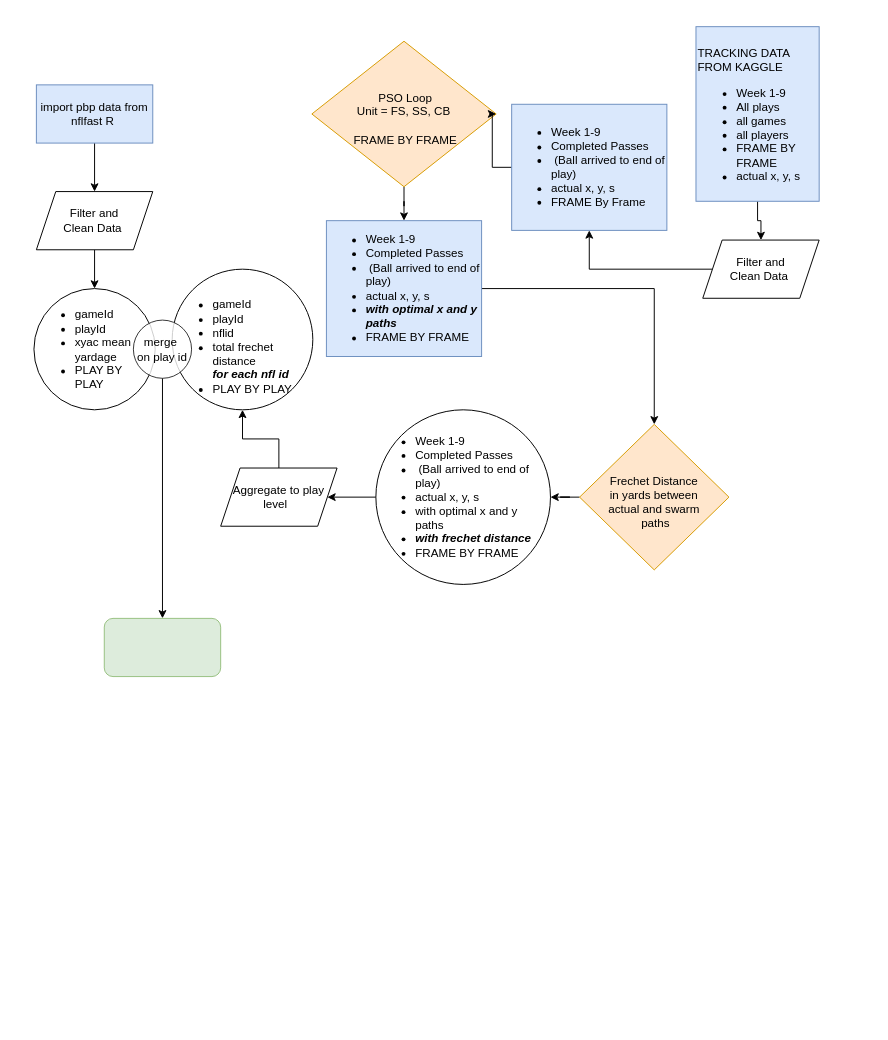
This is Untitled Diagram.drawio from stranger9977/data, a draw.io file, before an edit. Source tidied: cells renumbered, new cells numbered last; positions are measured from the earlier drawing's top-left corner, leaving out a move shared by most shapes. Both pictures are drawn from the tidied source at 97%, with x=0, y=0 at pixel (34, 26).
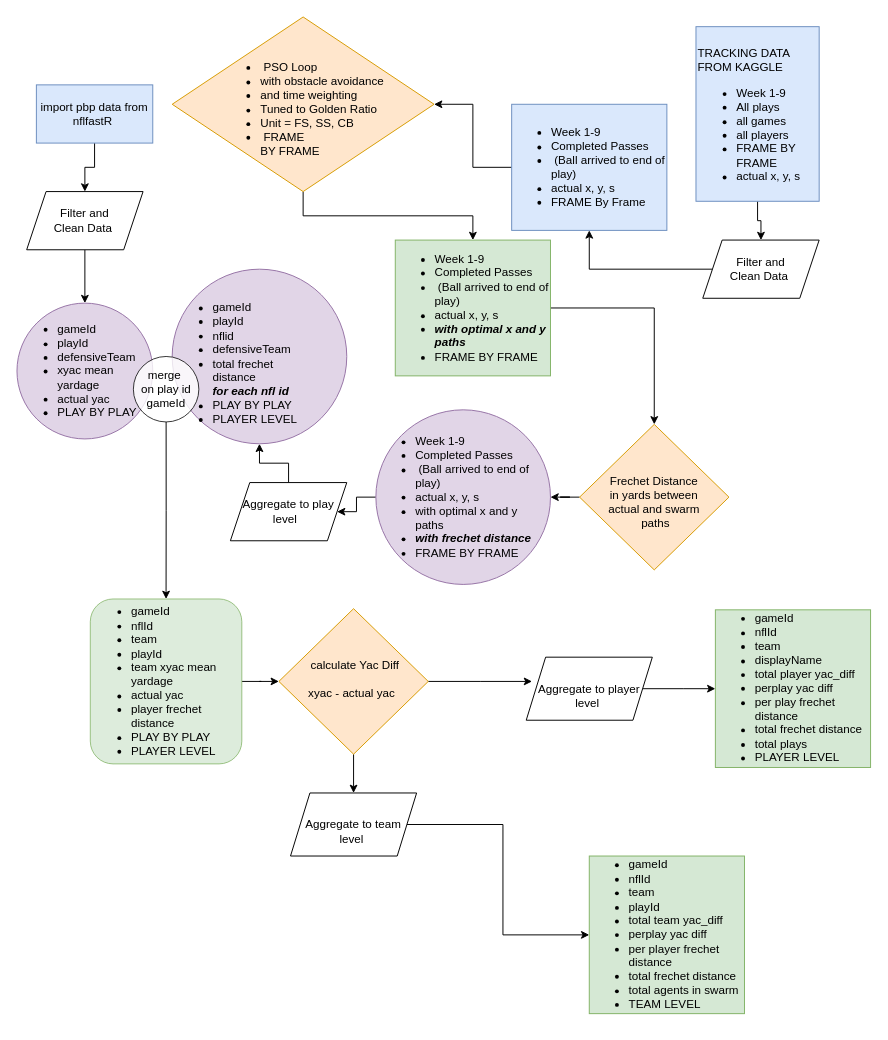
Above is the later version.

Diff of the diagram source:
```diff
@@
-    <mxCell id="3" value="&lt;br&gt;&amp;nbsp;PSO Loop&lt;br&gt;Unit = FS, SS, CB&lt;br&gt;&lt;br&gt;&amp;nbsp;FRAME BY FRAME" style="rhombus;whiteSpace=wrap;html=1;shadow=0;fontFamily=Helvetica;fontSize=12;align=center;strokeWidth=1;spacing=6;spacingTop=-4;fillColor=#ffe6cc;strokeColor=#d79b00;" parent="1" vertex="1">
-      <mxGeometry x="286" y="15" width="190" height="150" as="geometry" />
+    <mxCell id="3" value="&lt;div&gt;&lt;br&gt;&lt;/div&gt;&lt;ul&gt;&lt;li style=&quot;text-align: left;&quot;&gt;&amp;nbsp;PSO Loop&lt;/li&gt;&lt;li style=&quot;text-align: left;&quot;&gt;with obstacle avoidance&lt;/li&gt;&lt;li style=&quot;text-align: left;&quot;&gt;and time weighting&amp;nbsp;&lt;/li&gt;&lt;li style=&quot;text-align: left;&quot;&gt;Tuned to Golden Ratio&lt;/li&gt;&lt;li style=&quot;text-align: left;&quot;&gt;Unit = FS, SS, CB&lt;/li&gt;&lt;li style=&quot;text-align: left;&quot;&gt;&amp;nbsp;FRAME &lt;br&gt;BY FRAME&lt;/li&gt;&lt;/ul&gt;" style="rhombus;whiteSpace=wrap;html=1;shadow=0;fontFamily=Helvetica;fontSize=12;align=center;strokeWidth=1;spacing=6;spacingTop=-4;fillColor=#ffe6cc;strokeColor=#d79b00;" parent="1" vertex="1">
+      <mxGeometry x="142" y="-10" width="270" height="180" as="geometry" />
     </mxCell>
@@
-    <mxCell id="13" value="&lt;ul style=&quot;border-color: var(--border-color);&quot;&gt;&lt;li style=&quot;border-color: var(--border-color); text-align: left;&quot;&gt;Week 1-9&lt;/li&gt;&lt;li style=&quot;border-color: var(--border-color); text-align: left;&quot;&gt;Completed Passes&lt;/li&gt;&lt;li style=&quot;border-color: var(--border-color); text-align: left;&quot;&gt;&amp;nbsp;(Ball arrived to end of play)&lt;/li&gt;&lt;li style=&quot;border-color: var(--border-color); text-align: left;&quot;&gt;actual x, y, s&lt;/li&gt;&lt;li style=&quot;border-color: var(--border-color); text-align: left;&quot;&gt;&lt;b style=&quot;border-color: var(--border-color); background-color: initial;&quot;&gt;&lt;i style=&quot;border-color: var(--border-color);&quot;&gt;with optimal x and y paths&lt;/i&gt;&lt;/b&gt;&lt;/li&gt;&lt;li style=&quot;border-color: var(--border-color); text-align: left;&quot;&gt;FRAME BY FRAME&lt;/li&gt;&lt;/ul&gt;" style="rounded=0;whiteSpace=wrap;html=1;fillColor=#dae8fc;strokeColor=#6c8ebf;" parent="1" vertex="1">
-      <mxGeometry x="301" y="200" width="160" height="140" as="geometry" />
+    <mxCell id="13" value="&lt;ul style=&quot;border-color: var(--border-color);&quot;&gt;&lt;li style=&quot;border-color: var(--border-color); text-align: left;&quot;&gt;Week 1-9&lt;/li&gt;&lt;li style=&quot;border-color: var(--border-color); text-align: left;&quot;&gt;Completed Passes&lt;/li&gt;&lt;li style=&quot;border-color: var(--border-color); text-align: left;&quot;&gt;&amp;nbsp;(Ball arrived to end of play)&lt;/li&gt;&lt;li style=&quot;border-color: var(--border-color); text-align: left;&quot;&gt;actual x, y, s&lt;/li&gt;&lt;li style=&quot;border-color: var(--border-color); text-align: left;&quot;&gt;&lt;b style=&quot;border-color: var(--border-color); background-color: initial;&quot;&gt;&lt;i style=&quot;border-color: var(--border-color);&quot;&gt;with optimal x and y paths&lt;/i&gt;&lt;/b&gt;&lt;/li&gt;&lt;li style=&quot;border-color: var(--border-color); text-align: left;&quot;&gt;FRAME BY FRAME&lt;/li&gt;&lt;/ul&gt;" style="rounded=0;whiteSpace=wrap;html=1;fillColor=#d5e8d4;strokeColor=#82b366;" parent="1" vertex="1">
+      <mxGeometry x="372" y="220" width="160" height="140" as="geometry" />
     </mxCell>
@@
-    <mxCell id="15" value="&lt;ul&gt;&lt;li style=&quot;text-align: left;&quot;&gt;Week 1-9&lt;/li&gt;&lt;li style=&quot;text-align: left;&quot;&gt;Completed Passes&lt;/li&gt;&lt;li style=&quot;text-align: left;&quot;&gt;&amp;nbsp;(Ball arrived to end of play)&lt;/li&gt;&lt;li style=&quot;border-color: var(--border-color); text-align: left;&quot;&gt;actual x, y, s&lt;/li&gt;&lt;li style=&quot;text-align: left;&quot;&gt;&lt;span style=&quot;background-color: initial; border-color: var(--border-color);&quot;&gt;&lt;span style=&quot;border-color: var(--border-color);&quot;&gt;with optimal x and y paths&lt;/span&gt;&lt;/span&gt;&lt;br&gt;&lt;/li&gt;&lt;li style=&quot;text-align: left;&quot;&gt;&lt;b style=&quot;border-color: var(--border-color);&quot;&gt;&lt;i style=&quot;border-color: var(--border-color);&quot;&gt;with frechet distance&amp;nbsp;&lt;/i&gt;&lt;/b&gt;&lt;/li&gt;&lt;li style=&quot;text-align: left;&quot;&gt;&lt;span style=&quot;background-color: initial;&quot;&gt;FRAME BY FRAME&lt;/span&gt;&lt;br&gt;&lt;/li&gt;&lt;/ul&gt;" style="ellipse;whiteSpace=wrap;html=1;" parent="1" vertex="1">
+    <mxCell id="15" value="&lt;ul&gt;&lt;li style=&quot;text-align: left;&quot;&gt;Week 1-9&lt;/li&gt;&lt;li style=&quot;text-align: left;&quot;&gt;Completed Passes&lt;/li&gt;&lt;li style=&quot;text-align: left;&quot;&gt;&amp;nbsp;(Ball arrived to end of play)&lt;/li&gt;&lt;li style=&quot;border-color: var(--border-color); text-align: left;&quot;&gt;actual x, y, s&lt;/li&gt;&lt;li style=&quot;text-align: left;&quot;&gt;&lt;span style=&quot;background-color: initial; border-color: var(--border-color);&quot;&gt;&lt;span style=&quot;border-color: var(--border-color);&quot;&gt;with optimal x and y paths&lt;/span&gt;&lt;/span&gt;&lt;br&gt;&lt;/li&gt;&lt;li style=&quot;text-align: left;&quot;&gt;&lt;b style=&quot;border-color: var(--border-color);&quot;&gt;&lt;i style=&quot;border-color: var(--border-color);&quot;&gt;with frechet distance&amp;nbsp;&lt;/i&gt;&lt;/b&gt;&lt;/li&gt;&lt;li style=&quot;text-align: left;&quot;&gt;&lt;span style=&quot;background-color: initial;&quot;&gt;FRAME BY FRAME&lt;/span&gt;&lt;br&gt;&lt;/li&gt;&lt;/ul&gt;" style="ellipse;whiteSpace=wrap;html=1;fillColor=#e1d5e7;strokeColor=#9673a6;" parent="1" vertex="1">
       <mxGeometry x="352" y="395" width="180" height="180" as="geometry" />
     </mxCell>
@@
     <mxCell id="17" value="Filter and &lt;br&gt;Clean Data&amp;nbsp;" style="shape=parallelogram;perimeter=parallelogramPerimeter;whiteSpace=wrap;html=1;fixedSize=1;rounded=0;" parent="1" vertex="1">
-      <mxGeometry x="2" y="170" width="120" height="60" as="geometry" />
+      <mxGeometry x="-8" y="170" width="120" height="60" as="geometry" />
     </mxCell>
-    <mxCell id="18" value="&lt;ul&gt;&lt;li&gt;gameId&lt;/li&gt;&lt;li&gt;playId&lt;/li&gt;&lt;li&gt;xyac mean yardage&lt;/li&gt;&lt;li&gt;PLAY BY PLAY&amp;nbsp;&lt;/li&gt;&lt;/ul&gt;" style="ellipse;whiteSpace=wrap;html=1;align=left;" parent="1" vertex="1">
-      <mxGeometry x="-0.5" y="270" width="125" height="125" as="geometry" />
+    <mxCell id="18" value="&lt;ul&gt;&lt;li&gt;gameId&lt;/li&gt;&lt;li&gt;playId&lt;/li&gt;&lt;li&gt;defensiveTeam&amp;nbsp;&lt;/li&gt;&lt;li&gt;xyac mean yardage&lt;/li&gt;&lt;li&gt;actual yac&amp;nbsp;&lt;/li&gt;&lt;li&gt;PLAY BY PLAY&amp;nbsp;&lt;/li&gt;&lt;/ul&gt;" style="ellipse;whiteSpace=wrap;html=1;align=left;fillColor=#e1d5e7;strokeColor=#9673a6;" parent="1" vertex="1">
+      <mxGeometry x="-18" y="285" width="140" height="140" as="geometry" />
     </mxCell>
@@
-    <mxCell id="20" value="import pbp data from nflfast R&amp;nbsp;" style="rounded=0;whiteSpace=wrap;html=1;fillColor=#dae8fc;strokeColor=#6c8ebf;" parent="1" vertex="1">
+    <mxCell id="20" value="import pbp data from nflfastR&amp;nbsp;" style="rounded=0;whiteSpace=wrap;html=1;fillColor=#dae8fc;strokeColor=#6c8ebf;" parent="1" vertex="1">
       <mxGeometry x="2" y="60" width="120" height="60" as="geometry" />
     </mxCell>
@@
     <mxCell id="22" value="Aggregate to play level&amp;nbsp;&amp;nbsp;" style="shape=parallelogram;perimeter=parallelogramPerimeter;whiteSpace=wrap;html=1;fixedSize=1;rounded=0;" parent="1" vertex="1">
-      <mxGeometry x="192" y="455" width="120" height="60" as="geometry" />
+      <mxGeometry x="202" y="470" width="120" height="60" as="geometry" />
     </mxCell>
-    <mxCell id="23" value="&lt;div&gt;&lt;br&gt;&lt;/div&gt;&lt;ul&gt;&lt;li&gt;gameId&lt;/li&gt;&lt;li&gt;playId&lt;/li&gt;&lt;li&gt;nflid&lt;br&gt;&lt;/li&gt;&lt;li&gt;total frechet&amp;nbsp;&lt;br&gt;distance&amp;nbsp;&lt;br&gt;&lt;b style=&quot;background-color: initial;&quot;&gt;&lt;i&gt;for each nfl id&amp;nbsp;&lt;br&gt;&lt;/i&gt;&lt;/b&gt;&lt;/li&gt;&lt;li&gt;PLAY BY PLAY&amp;nbsp;&lt;/li&gt;&lt;/ul&gt;" style="ellipse;whiteSpace=wrap;html=1;align=left;" parent="1" vertex="1">
-      <mxGeometry x="142" y="250" width="145" height="145" as="geometry" />
+    <mxCell id="23" value="&lt;div&gt;&lt;br&gt;&lt;/div&gt;&lt;ul&gt;&lt;li&gt;gameId&lt;/li&gt;&lt;li&gt;playId&lt;/li&gt;&lt;li&gt;nflid&amp;nbsp;&lt;br&gt;&lt;/li&gt;&lt;li&gt;defensiveTeam&lt;/li&gt;&lt;li&gt;total frechet&amp;nbsp;&lt;br&gt;distance&amp;nbsp;&lt;br&gt;&lt;b style=&quot;background-color: initial;&quot;&gt;&lt;i&gt;for each nfl id&amp;nbsp;&lt;br&gt;&lt;/i&gt;&lt;/b&gt;&lt;/li&gt;&lt;li&gt;PLAY BY PLAY&amp;nbsp;&lt;/li&gt;&lt;li&gt;PLAYER LEVEL&amp;nbsp;&lt;/li&gt;&lt;/ul&gt;" style="ellipse;whiteSpace=wrap;html=1;align=left;fillColor=#e1d5e7;strokeColor=#9673a6;" parent="1" vertex="1">
+      <mxGeometry x="142" y="250" width="180" height="180" as="geometry" />
     </mxCell>
@@
-    <mxCell id="25" value="merge&amp;nbsp;&lt;br&gt;on play id" style="ellipse;whiteSpace=wrap;html=1;opacity=80;" parent="1" vertex="1">
-      <mxGeometry x="102" y="302.5" width="60" height="60" as="geometry" />
+    <mxCell id="25" value="merge&amp;nbsp;&lt;br&gt;on play id&lt;br&gt;gameId" style="ellipse;whiteSpace=wrap;html=1;opacity=80;" parent="1" vertex="1">
+      <mxGeometry x="102" y="340" width="67.5" height="67.5" as="geometry" />
     </mxCell>
+    <mxCell id="27" style="edgeStyle=orthogonalEdgeStyle;rounded=0;jettySize=auto;html=1;" parent="1" edge="1" source="26" target="33">
+      <mxGeometry relative="1" as="geometry" />
+    </mxCell>
-    <mxCell id="26" style="rounded=1;whiteSpace=wrap;html=1;opacity=80;fillColor=#d5e8d4;strokeColor=#82b366;" parent="1" vertex="1">
-      <mxGeometry x="72" y="610" width="120" height="60" as="geometry" />
+    <mxCell id="26" value="&lt;ul&gt;&lt;li&gt;gameId&lt;/li&gt;&lt;li&gt;nflId&lt;/li&gt;&lt;li&gt;team&lt;/li&gt;&lt;li&gt;playId&lt;/li&gt;&lt;li&gt;team xyac mean yardage&amp;nbsp;&lt;/li&gt;&lt;li style=&quot;border-color: var(--border-color);&quot;&gt;actual yac&amp;nbsp;&lt;/li&gt;&lt;li&gt;player frechet distance&amp;nbsp;&lt;/li&gt;&lt;li&gt;PLAY BY PLAY&amp;nbsp;&lt;/li&gt;&lt;li&gt;PLAYER LEVEL&amp;nbsp;&lt;/li&gt;&lt;/ul&gt;" style="rounded=1;whiteSpace=wrap;html=1;opacity=80;fillColor=#d5e8d4;strokeColor=#82b366;align=left;" parent="1" vertex="1">
+      <mxGeometry x="57.6" y="590" width="156.2" height="170" as="geometry" />
     </mxCell>
+    <mxCell id="28" style="edgeStyle=orthogonalEdgeStyle;rounded=0;jettySize=auto;html=1;" parent="1" edge="1" source="29" target="30">
+      <mxGeometry relative="1" as="geometry" />
+    </mxCell>
+    <mxCell id="29" value="&lt;br&gt;Aggregate to team level&amp;nbsp;" style="shape=parallelogram;perimeter=parallelogramPerimeter;whiteSpace=wrap;html=1;fixedSize=1;rounded=0;" parent="1" vertex="1">
+      <mxGeometry x="264" y="790" width="130" height="65" as="geometry" />
+    </mxCell>
+    <mxCell id="30" value="&lt;ul style=&quot;border-color: var(--border-color); text-align: left;&quot;&gt;&lt;li style=&quot;border-color: var(--border-color);&quot;&gt;gameId&lt;/li&gt;&lt;li style=&quot;border-color: var(--border-color);&quot;&gt;nflId&lt;/li&gt;&lt;li style=&quot;border-color: var(--border-color);&quot;&gt;team&lt;/li&gt;&lt;li style=&quot;border-color: var(--border-color);&quot;&gt;playId&lt;/li&gt;&lt;li style=&quot;border-color: var(--border-color);&quot;&gt;total team yac_diff&lt;/li&gt;&lt;li style=&quot;border-color: var(--border-color);&quot;&gt;perplay yac diff&amp;nbsp;&lt;/li&gt;&lt;li style=&quot;border-color: var(--border-color);&quot;&gt;per player frechet distance&amp;nbsp;&lt;/li&gt;&lt;li style=&quot;border-color: var(--border-color);&quot;&gt;total frechet distance&lt;/li&gt;&lt;li style=&quot;border-color: var(--border-color);&quot;&gt;total agents in swarm&amp;nbsp;&lt;/li&gt;&lt;li style=&quot;border-color: var(--border-color);&quot;&gt;&lt;span style=&quot;background-color: initial;&quot;&gt;TEAM LEVEL&amp;nbsp;&lt;/span&gt;&lt;br&gt;&lt;/li&gt;&lt;/ul&gt;" style="whiteSpace=wrap;html=1;rounded=0;fillColor=#d5e8d4;strokeColor=#82b366;" parent="1" vertex="1">
+      <mxGeometry x="572" y="855" width="160" height="162.5" as="geometry" />
+    </mxCell>
+    <mxCell id="31" style="edgeStyle=orthogonalEdgeStyle;rounded=0;jettySize=auto;html=1;" parent="1" edge="1" source="33" target="29">
+      <mxGeometry relative="1" as="geometry" />
+    </mxCell>
+    <mxCell id="32" style="edgeStyle=orthogonalEdgeStyle;rounded=0;jettySize=auto;html=1;" parent="1" edge="1" source="33">
+      <mxGeometry relative="1" as="geometry">
+        <mxPoint x="513" y="675" as="targetPoint" />
+      </mxGeometry>
+    </mxCell>
+    <mxCell id="33" value="&amp;nbsp;calculate Yac Diff&lt;br&gt;&lt;br&gt;xyac - actual yac&amp;nbsp;" style="rhombus;whiteSpace=wrap;html=1;shadow=0;fontFamily=Helvetica;fontSize=12;align=center;strokeWidth=1;spacing=6;spacingTop=-4;fillColor=#ffe6cc;strokeColor=#d79b00;" parent="1" vertex="1">
+      <mxGeometry x="252" y="600" width="154" height="150" as="geometry" />
+    </mxCell>
+    <mxCell id="34" style="edgeStyle=orthogonalEdgeStyle;rounded=0;jettySize=auto;html=1;" parent="1" edge="1" source="35" target="36">
+      <mxGeometry relative="1" as="geometry" />
+    </mxCell>
+    <mxCell id="35" value="&lt;br&gt;Aggregate to player level&amp;nbsp;" style="shape=parallelogram;perimeter=parallelogramPerimeter;whiteSpace=wrap;html=1;fixedSize=1;rounded=0;" parent="1" vertex="1">
+      <mxGeometry x="507" y="650" width="130" height="65" as="geometry" />
+    </mxCell>
+    <mxCell id="36" value="&lt;ul style=&quot;border-color: var(--border-color); text-align: left;&quot;&gt;&lt;li style=&quot;border-color: var(--border-color);&quot;&gt;gameId&lt;/li&gt;&lt;li style=&quot;border-color: var(--border-color);&quot;&gt;nflId&lt;/li&gt;&lt;li style=&quot;border-color: var(--border-color);&quot;&gt;team&lt;/li&gt;&lt;li style=&quot;border-color: var(--border-color);&quot;&gt;displayName&lt;/li&gt;&lt;li style=&quot;border-color: var(--border-color);&quot;&gt;total player yac_diff&lt;/li&gt;&lt;li style=&quot;border-color: var(--border-color);&quot;&gt;perplay yac diff&amp;nbsp;&lt;/li&gt;&lt;li style=&quot;border-color: var(--border-color);&quot;&gt;per play frechet distance&amp;nbsp;&lt;/li&gt;&lt;li style=&quot;border-color: var(--border-color);&quot;&gt;total frechet distance&lt;/li&gt;&lt;li style=&quot;border-color: var(--border-color);&quot;&gt;total plays&amp;nbsp;&lt;/li&gt;&lt;li style=&quot;border-color: var(--border-color);&quot;&gt;&lt;span style=&quot;background-color: initial;&quot;&gt;PLAYER LEVEL&amp;nbsp;&lt;/span&gt;&lt;br&gt;&lt;/li&gt;&lt;/ul&gt;" style="whiteSpace=wrap;html=1;rounded=0;fillColor=#d5e8d4;strokeColor=#82b366;" parent="1" vertex="1">
+      <mxGeometry x="702" y="601.2" width="160" height="162.5" as="geometry" />
+    </mxCell>
```
